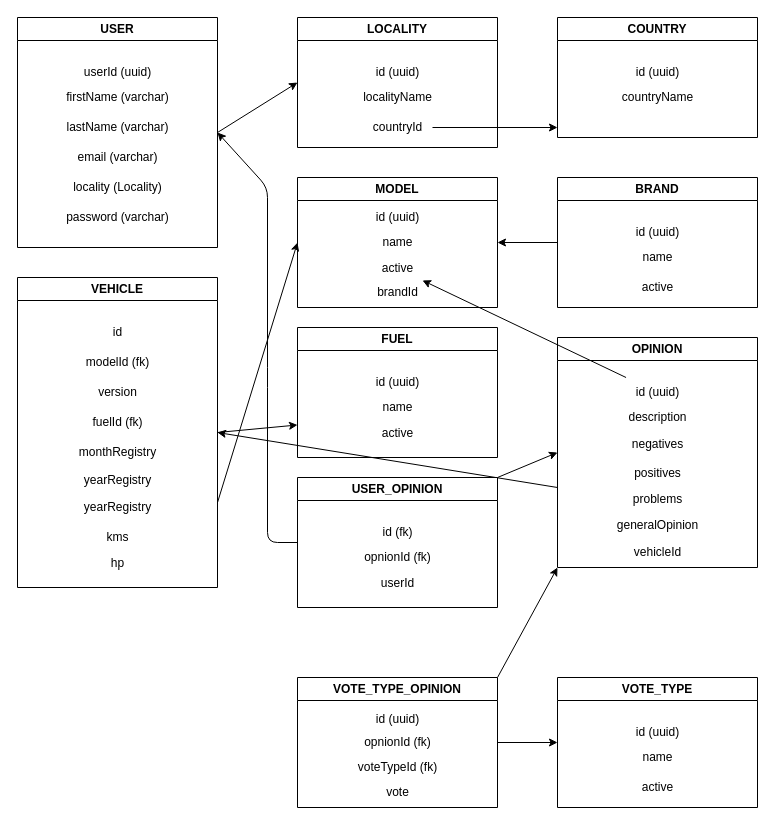
Above: concept/register.drawio in alvesa/vehicles-backend (draw.io), before the change. Source tidied: cells renumbered, new cells numbered last; positions are measured from the earlier drawing's top-left corner, leaving out a move shared by most shapes. Both pictures are drawn from the tidied source at 100%, with x=0, y=0 at pixel (17, 17).
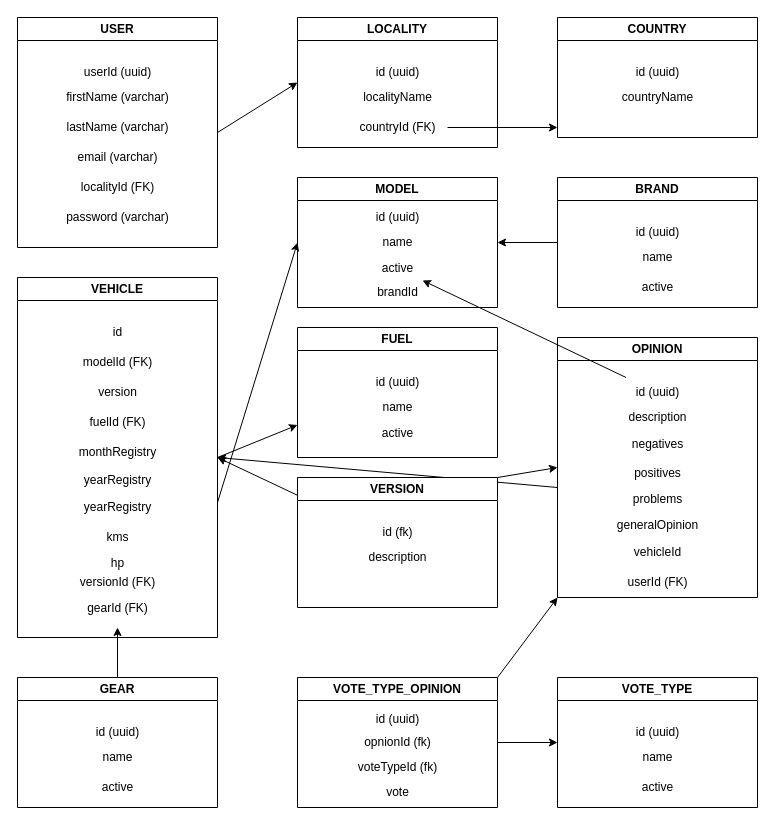
The same diagram, later.

The change refers to these unchanged cells:
```xml
<mxCell id="11" value="LOCALITY" style="swimlane;whiteSpace=wrap;html=1;" parent="1" vertex="1">
  <mxGeometry x="280" width="200" height="130" as="geometry" />
</mxCell>
<mxCell id="20" value="USER" style="swimlane;whiteSpace=wrap;html=1;" parent="1" vertex="1">
  <mxGeometry width="200" height="230" as="geometry" />
</mxCell>
```

Diff of the diagram source:
```diff
@@
     <mxCell id="2" value="VEHICLE" style="swimlane;whiteSpace=wrap;html=1;" parent="1" vertex="1">
-      <mxGeometry y="260" width="200" height="310" as="geometry" />
+      <mxGeometry y="260" width="200" height="360" as="geometry" />
     </mxCell>
@@
-    <mxCell id="5" value="modelId (fk)" style="text;html=1;align=center;verticalAlign=middle;strokeColor=none;fillColor=none;" parent="2" vertex="1">
+    <mxCell id="5" value="modelId (FK)" style="text;html=1;align=center;verticalAlign=middle;strokeColor=none;fillColor=none;" parent="2" vertex="1">
       <mxGeometry x="55" y="70" width="90" height="30" as="geometry" />
     </mxCell>
@@
-    <mxCell id="7" value="fuelId (fk)" style="text;html=1;align=center;verticalAlign=middle;strokeColor=none;fillColor=none;" parent="2" vertex="1">
-      <mxGeometry x="65" y="130" width="70" height="30" as="geometry" />
+    <mxCell id="7" value="fuelId (FK)" style="text;html=1;align=center;verticalAlign=middle;strokeColor=none;fillColor=none;" parent="2" vertex="1">
+      <mxGeometry x="60" y="130" width="80" height="30" as="geometry" />
     </mxCell>
@@
+    <mxCell id="71" value="versionId (FK)" style="text;html=1;align=center;verticalAlign=middle;strokeColor=none;fillColor=none;" parent="2" vertex="1">
+      <mxGeometry x="50" y="290" width="100" height="30" as="geometry" />
+    </mxCell>
+    <mxCell id="72" value="gearId (FK)" style="text;html=1;align=center;verticalAlign=middle;strokeColor=none;fillColor=none;" parent="2" vertex="1">
+      <mxGeometry x="60" y="316" width="80" height="30" as="geometry" />
+    </mxCell>
@@
-    <mxCell id="14" value="countryId" style="text;html=1;align=center;verticalAlign=middle;points=[];strokeColor=none;fillColor=none;" parent="11" vertex="1">
-      <mxGeometry x="65" y="95" width="70" height="30" as="geometry" />
+    <mxCell id="14" value="countryId (FK)" style="text;html=1;align=center;verticalAlign=middle;points=[];strokeColor=none;fillColor=none;" parent="11" vertex="1">
+      <mxGeometry x="50" y="95" width="100" height="30" as="geometry" />
     </mxCell>
@@
-    <mxCell id="26" value="locality (Locality)" style="text;html=1;align=center;verticalAlign=middle;strokeColor=none;fillColor=none;" parent="20" vertex="1">
-      <mxGeometry x="45" y="155" width="110" height="30" as="geometry" />
+    <mxCell id="26" value="localityId (FK)" style="text;html=1;align=center;verticalAlign=middle;strokeColor=none;fillColor=none;" parent="20" vertex="1">
+      <mxGeometry x="50" y="155" width="100" height="30" as="geometry" />
     </mxCell>
@@
     <mxCell id="44" value="OPINION" style="swimlane;whiteSpace=wrap;html=1;" parent="1" vertex="1">
-      <mxGeometry x="540" y="320" width="200" height="230" as="geometry" />
+      <mxGeometry x="540" y="320" width="200" height="260" as="geometry" />
     </mxCell>
@@
+    <mxCell id="73" value="userId (FK)" style="text;html=1;align=center;verticalAlign=middle;strokeColor=none;fillColor=none;" parent="44" vertex="1">
+      <mxGeometry x="60" y="230" width="80" height="30" as="geometry" />
+    </mxCell>
@@
-    <mxCell id="54" style="edgeStyle=none;html=1;entryX=1;entryY=0.5;entryDx=0;entryDy=0;exitX=0;exitY=0.5;exitDx=0;exitDy=0;" parent="1" edge="1" source="55" target="20">
-      <mxGeometry relative="1" as="geometry">
-        <Array as="points">
-          <mxPoint x="250" y="525" />
-          <mxPoint x="250" y="360" />
-          <mxPoint x="250" y="170" />
-        </Array>
-      </mxGeometry>
-    </mxCell>
+    <mxCell id="74" style="edgeStyle=none;html=1;entryX=1;entryY=0.5;entryDx=0;entryDy=0;" parent="1" edge="1" source="55" target="2">
+      <mxGeometry relative="1" as="geometry" />
+    </mxCell>
-    <mxCell id="55" value="USER_OPINION" style="swimlane;whiteSpace=wrap;html=1;" parent="1" vertex="1">
+    <mxCell id="55" value="VERSION" style="swimlane;whiteSpace=wrap;html=1;" parent="1" vertex="1">
       <mxGeometry x="280" y="460" width="200" height="130" as="geometry" />
     </mxCell>
@@
-    <mxCell id="57" value="opnionId (fk)" style="text;html=1;align=center;verticalAlign=middle;strokeColor=none;fillColor=none;" parent="55" vertex="1">
-      <mxGeometry x="55" y="65" width="90" height="30" as="geometry" />
+    <mxCell id="57" value="description" style="text;html=1;align=center;verticalAlign=middle;strokeColor=none;fillColor=none;" parent="55" vertex="1">
+      <mxGeometry x="60" y="65" width="80" height="30" as="geometry" />
     </mxCell>
-    <mxCell id="58" value="userId" style="text;html=1;align=center;verticalAlign=middle;strokeColor=none;fillColor=none;" parent="55" vertex="1">
-      <mxGeometry x="70" y="91" width="60" height="30" as="geometry" />
-    </mxCell>
@@
+    <mxCell id="75" style="edgeStyle=none;html=1;" parent="1" edge="1" source="76">
+      <mxGeometry relative="1" as="geometry">
+        <mxPoint x="100" y="610" as="targetPoint" />
+      </mxGeometry>
+    </mxCell>
+    <mxCell id="76" value="GEAR" style="swimlane;whiteSpace=wrap;html=1;" parent="1" vertex="1">
+      <mxGeometry y="660" width="200" height="130" as="geometry" />
+    </mxCell>
+    <mxCell id="77" value="id (uuid)" style="text;html=1;align=center;verticalAlign=middle;strokeColor=none;fillColor=none;" parent="76" vertex="1">
+      <mxGeometry x="65" y="40" width="70" height="30" as="geometry" />
+    </mxCell>
+    <mxCell id="78" value="name" style="text;html=1;align=center;verticalAlign=middle;strokeColor=none;fillColor=none;" parent="76" vertex="1">
+      <mxGeometry x="75" y="65" width="50" height="30" as="geometry" />
+    </mxCell>
+    <mxCell id="79" value="active" style="text;html=1;align=center;verticalAlign=middle;strokeColor=none;fillColor=none;" parent="76" vertex="1">
+      <mxGeometry x="75" y="95" width="50" height="30" as="geometry" />
+    </mxCell>
```
